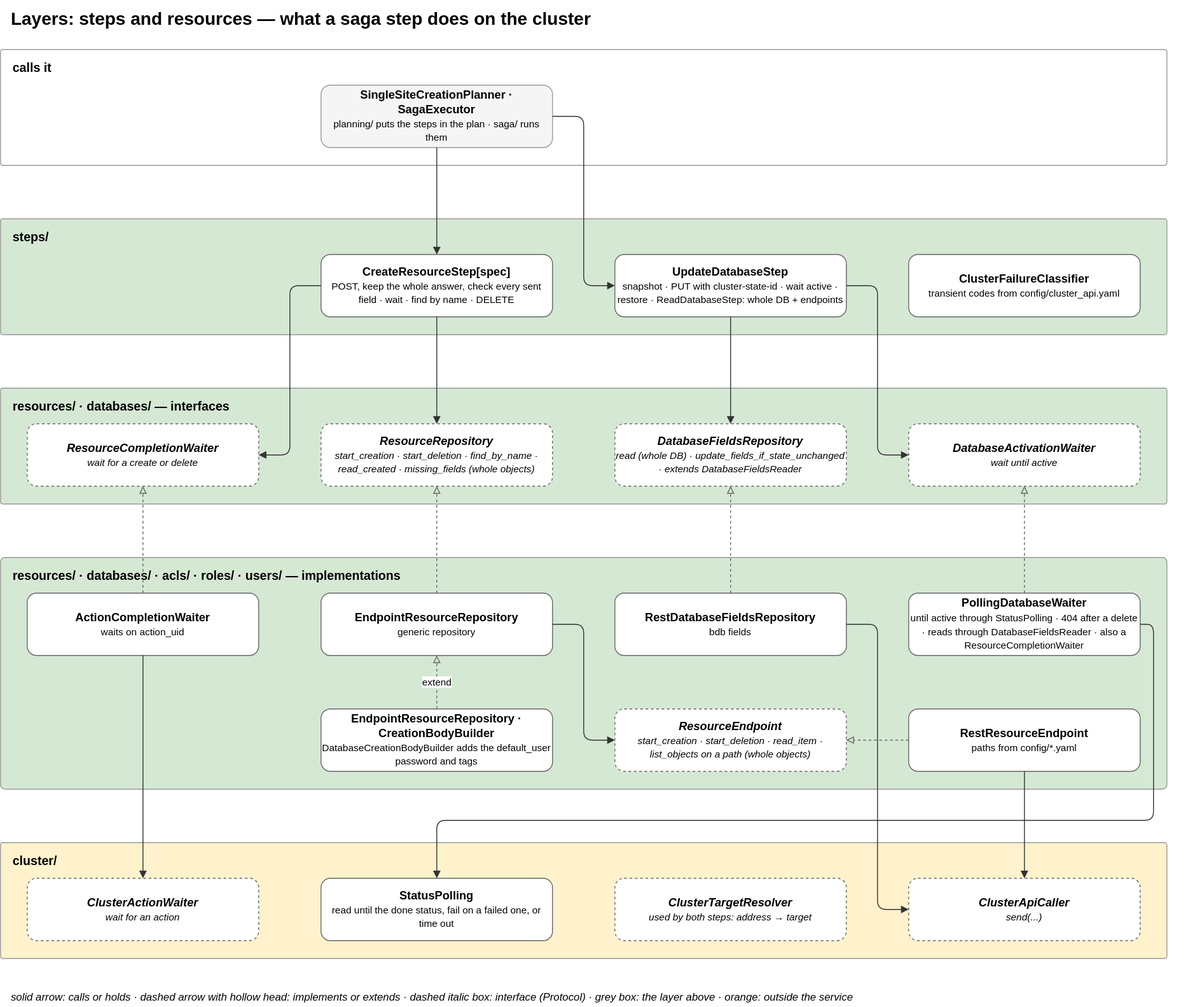
Above: docs/diagrams/07-layer-steps-resources.drawio.svg in EliShteinman/redis-enterprise-services (draw.io), before the change. Source tidied: cells renumbered, new cells last; positions are measured from the earlier drawing's top-left corner, leaving out a move shared by most shapes.
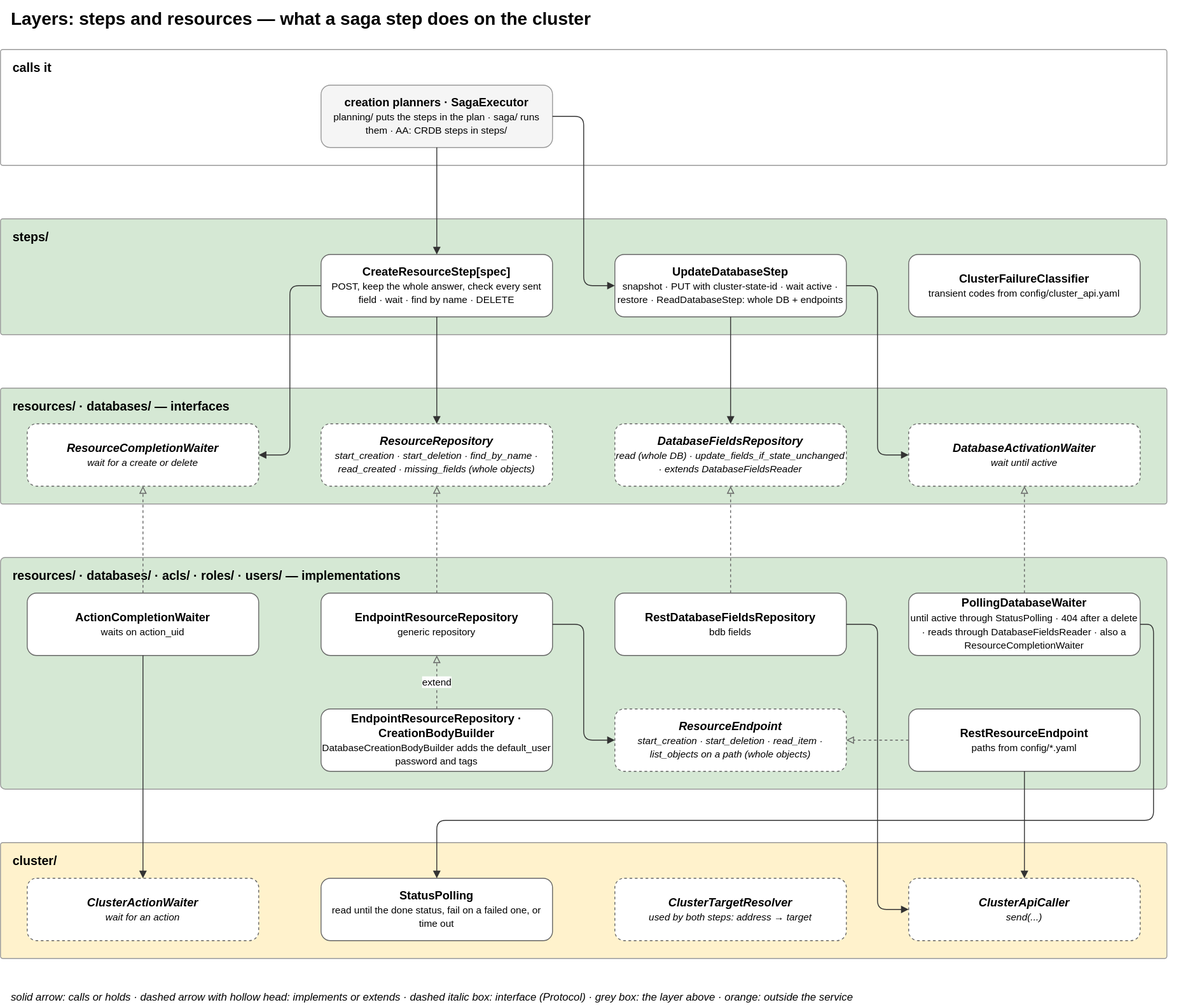
The same file after the commit.

Commit message:
docs(diagrams): Active-Active in the API models, preparation, context and layer diagrams

The edit, as a diff of the source:
```diff
@@ -8,7 +8,7 @@
     <mxCell id="3" value="&lt;b&gt;calls it&lt;/b&gt;" style="rounded=1;arcSize=2;fillColor=#ffffff;strokeColor=#999999;verticalAlign=top;align=left;spacingLeft=12;spacingTop=6;html=1;fontSize=14;" parent="1" vertex="1">
       <mxGeometry y="55" width="1310" height="130" as="geometry" />
     </mxCell>
-    <mxCell id="4" value="&lt;b&gt;SingleSiteCreationPlanner · SagaExecutor&lt;/b&gt;&lt;br&gt;&lt;font style='font-size:11px'&gt;planning/ puts the steps in the plan · saga/ runs them&lt;/font&gt;" style="rounded=1;whiteSpace=wrap;html=1;fillColor=#f5f5f5;strokeColor=#999999;fontSize=13;" parent="1" vertex="1">
+    <mxCell id="4" value="&lt;b&gt;creation planners · SagaExecutor&lt;/b&gt;&lt;br&gt;&lt;font style='font-size:11px'&gt;planning/ puts the steps in the plan · saga/ runs them · AA: CRDB steps in steps/&lt;/font&gt;" style="rounded=1;whiteSpace=wrap;html=1;fillColor=#f5f5f5;strokeColor=#999999;fontSize=13;" parent="1" vertex="1">
       <mxGeometry x="360" y="95" width="260" height="70" as="geometry" />
     </mxCell>
     <mxCell id="5" value="&lt;b&gt;steps/&lt;/b&gt;" style="rounded=1;arcSize=2;fillColor=#d5e8d4;strokeColor=#999999;verticalAlign=top;align=left;spacingLeft=12;spacingTop=6;html=1;fontSize=14;" parent="1" vertex="1">
```
